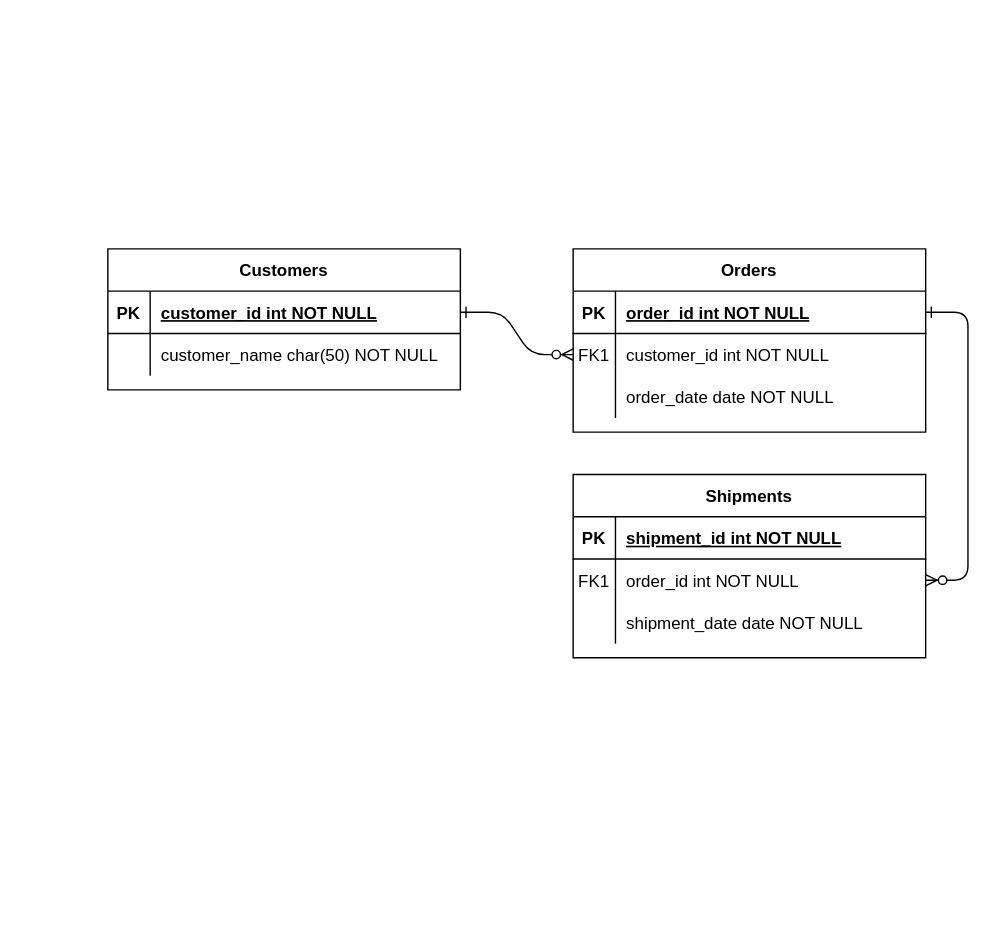
luismtapia/Artline-API keeps this draw.io diagram as assets/Untitled Diagram.drawio. Above is the earlier version. Source tidied: cells renumbered, new cells numbered last; positions are measured from the earlier drawing's top-left corner, leaving out a move shared by most shapes. Both pictures are drawn from the tidied source at 141%, with x=0, y=0 at pixel (107, 248).
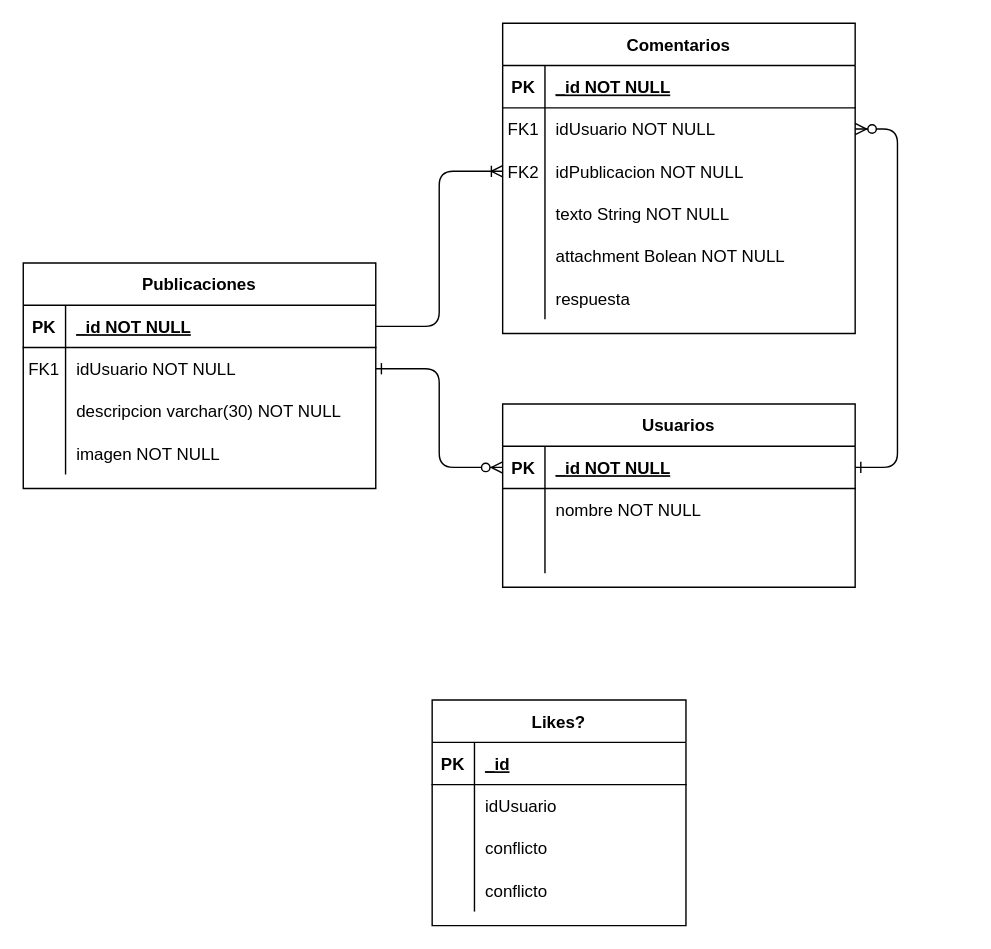
After the change.

The change refers to these unchanged cells:
```xml
<mxCell id="5" style="shape=partialRectangle;fillColor=none;points=[[0,0.5],[1,0.5]];portConstraint=eastwest;top=0;left=0;right=0;bottom=1;" parent="4" vertex="1">
  <mxGeometry y="30" width="250" height="30" as="geometry" />
</mxCell>
<mxCell id="8" style="shape=partialRectangle;fillColor=none;points=[[0,0.5],[1,0.5]];portConstraint=eastwest;top=0;left=0;right=0;bottom=0;" parent="4" vertex="1">
  <mxGeometry y="60" width="250" height="30" as="geometry" />
</mxCell>
<mxCell id="11" style="shape=partialRectangle;fillColor=none;top=0;left=0;right=0;bottom=0;" parent="4" vertex="1">
  <mxGeometry y="90" width="250" height="30" as="geometry" />
</mxCell>
<mxCell id="15" style="shape=partialRectangle;fillColor=none;top=0;left=0;right=0;bottom=1;" parent="14" vertex="1">
  <mxGeometry y="30" width="250" height="30" as="geometry" />
</mxCell>
<mxCell id="18" style="shape=partialRectangle;fillColor=none;points=[[0,0.5],[1,0.5]];portConstraint=eastwest;top=0;left=0;right=0;bottom=0;" parent="14" vertex="1">
  <mxGeometry y="60" width="250" height="30" as="geometry" />
</mxCell>
<mxCell id="21" style="shape=partialRectangle;fillColor=none;points=[[0,0.5],[1,0.5]];portConstraint=eastwest;top=0;left=0;right=0;bottom=0;" parent="14" vertex="1">
  <mxGeometry y="90" width="250" height="30" as="geometry" />
</mxCell>
<mxCell id="25" style="shape=partialRectangle;fillColor=none;points=[[0,0.5],[1,0.5]];portConstraint=eastwest;top=0;left=0;right=0;bottom=1;" parent="24" vertex="1">
  <mxGeometry y="30" width="250" height="30" as="geometry" />
</mxCell>
<mxCell id="28" style="shape=partialRectangle;fillColor=none;points=[[0,0.5],[1,0.5]];portConstraint=eastwest;top=0;left=0;right=0;bottom=0;" parent="24" vertex="1">
  <mxGeometry y="60" width="250" height="30" as="geometry" />
</mxCell>
```

Change to the diagram source:
```diff
@@
-    <mxCell id="2" style="edgeStyle=entityRelationEdgeStyle;endArrow=ERzeroToMany;startArrow=ERone;endFill=1;startFill=0;" parent="1" edge="1" source="25" target="8">
+    <mxCell id="2" style="edgeStyle=orthogonalEdgeStyle;endArrow=ERzeroToMany;startArrow=ERone;endFill=1;startFill=0;exitX=1;exitY=0.5;exitDx=0;exitDy=0;entryX=0;entryY=0.5;entryDx=0;entryDy=0;" parent="1" edge="1" source="28" target="5">
       <mxGeometry relative="1" as="geometry" />
     </mxCell>
@@
-    <mxCell id="4" value="Orders" style="shape=table;startSize=30;childLayout=tableLayout;rowLines=0;fontStyle=1;align=center;" parent="1" vertex="1">
-      <mxGeometry x="330" width="250" height="130" as="geometry" />
+    <mxCell id="4" value="Usuarios" style="shape=table;startSize=30;childLayout=tableLayout;rowLines=0;fontStyle=1;align=center;" parent="1" vertex="1">
+      <mxGeometry x="280" y="110" width="250" height="130" as="geometry" />
     </mxCell>
@@
-    <mxCell id="7" value="order_id int NOT NULL " style="shape=partialRectangle;overflow=hidden;fillColor=none;top=0;left=0;bottom=0;right=0;align=left;spacingLeft=6;fontStyle=5;" parent="5" vertex="1">
+    <mxCell id="7" value="_id NOT NULL " style="shape=partialRectangle;overflow=hidden;fillColor=none;top=0;left=0;bottom=0;right=0;align=left;spacingLeft=6;fontStyle=5;" parent="5" vertex="1">
       <mxGeometry x="30" width="220" height="30" as="geometry" />
     </mxCell>
@@
-    <mxCell id="9" value="FK1" style="shape=partialRectangle;overflow=hidden;fillColor=none;top=0;left=0;bottom=0;right=0;" parent="8" vertex="1">
+    <mxCell id="9" style="shape=partialRectangle;overflow=hidden;fillColor=none;top=0;left=0;bottom=0;right=0;" parent="8" vertex="1">
       <mxGeometry width="30" height="30" as="geometry" />
     </mxCell>
-    <mxCell id="10" value="customer_id int NOT NULL" style="shape=partialRectangle;overflow=hidden;fillColor=none;top=0;left=0;bottom=0;right=0;align=left;spacingLeft=6;" parent="8" vertex="1">
+    <mxCell id="10" value="nombre NOT NULL" style="shape=partialRectangle;overflow=hidden;fillColor=none;top=0;left=0;bottom=0;right=0;align=left;spacingLeft=6;" parent="8" vertex="1">
       <mxGeometry x="30" width="220" height="30" as="geometry" />
     </mxCell>
@@
-    <mxCell id="13" value="order_date date NOT NULL" style="shape=partialRectangle;overflow=hidden;fillColor=none;top=0;left=0;bottom=0;right=0;align=left;spacingLeft=6;" parent="11" vertex="1">
+    <mxCell id="13" style="shape=partialRectangle;overflow=hidden;fillColor=none;top=0;left=0;bottom=0;right=0;align=left;spacingLeft=6;" parent="11" vertex="1">
       <mxGeometry x="30" width="220" height="30" as="geometry" />
     </mxCell>
-    <mxCell id="14" value="Shipments" style="shape=table;startSize=30;childLayout=tableLayout;rowLines=0;fontStyle=1;align=center;" parent="1" vertex="1">
-      <mxGeometry x="330" y="160" width="250" height="130" as="geometry" />
+    <mxCell id="14" value="Comentarios" style="shape=table;startSize=30;childLayout=tableLayout;rowLines=0;fontStyle=1;align=center;" parent="1" vertex="1">
+      <mxGeometry x="280" y="-160" width="250" height="220" as="geometry" />
     </mxCell>
@@
-    <mxCell id="17" value="shipment_id int NOT NULL " style="shape=partialRectangle;overflow=hidden;fillColor=none;top=0;left=0;bottom=0;right=0;align=left;spacingLeft=6;fontStyle=5;" parent="15" vertex="1">
+    <mxCell id="17" value="_id NOT NULL " style="shape=partialRectangle;overflow=hidden;fillColor=none;top=0;left=0;bottom=0;right=0;align=left;spacingLeft=6;fontStyle=5;" parent="15" vertex="1">
       <mxGeometry x="30" width="220" height="30" as="geometry" />
     </mxCell>
@@
-    <mxCell id="20" value="order_id int NOT NULL" style="shape=partialRectangle;overflow=hidden;fillColor=none;top=0;left=0;bottom=0;right=0;align=left;spacingLeft=6;" parent="18" vertex="1">
+    <mxCell id="20" value="idUsuario NOT NULL" style="shape=partialRectangle;overflow=hidden;fillColor=none;top=0;left=0;bottom=0;right=0;align=left;spacingLeft=6;" parent="18" vertex="1">
       <mxGeometry x="30" width="220" height="30" as="geometry" />
     </mxCell>
@@
-    <mxCell id="22" style="shape=partialRectangle;overflow=hidden;fillColor=none;top=0;left=0;bottom=0;right=0;" parent="21" vertex="1">
+    <mxCell id="22" value="FK2" style="shape=partialRectangle;overflow=hidden;fillColor=none;top=0;left=0;bottom=0;right=0;" parent="21" vertex="1">
       <mxGeometry width="30" height="30" as="geometry" />
     </mxCell>
-    <mxCell id="23" value="shipment_date date NOT NULL" style="shape=partialRectangle;overflow=hidden;fillColor=none;top=0;left=0;bottom=0;right=0;align=left;spacingLeft=6;" parent="21" vertex="1">
+    <mxCell id="23" value="idPublicacion NOT NULL" style="shape=partialRectangle;overflow=hidden;fillColor=none;top=0;left=0;bottom=0;right=0;align=left;spacingLeft=6;" parent="21" vertex="1">
       <mxGeometry x="30" width="220" height="30" as="geometry" />
     </mxCell>
+    <mxCell id="31" style="shape=partialRectangle;fillColor=none;top=0;left=0;right=0;bottom=0;" parent="14" vertex="1">
+      <mxGeometry y="120" width="250" height="30" as="geometry" />
+    </mxCell>
+    <mxCell id="32" style="shape=partialRectangle;overflow=hidden;fillColor=none;top=0;left=0;bottom=0;right=0;" parent="31" vertex="1">
+      <mxGeometry width="30" height="30" as="geometry" />
+    </mxCell>
+    <mxCell id="33" value="texto String NOT NULL" style="shape=partialRectangle;overflow=hidden;fillColor=none;top=0;left=0;bottom=0;right=0;align=left;spacingLeft=6;" parent="31" vertex="1">
+      <mxGeometry x="30" width="220" height="30" as="geometry" />
+    </mxCell>
+    <mxCell id="34" style="shape=partialRectangle;fillColor=none;top=0;left=0;right=0;bottom=0;" parent="14" vertex="1">
+      <mxGeometry y="150" width="250" height="30" as="geometry" />
+    </mxCell>
+    <mxCell id="35" style="shape=partialRectangle;overflow=hidden;fillColor=none;top=0;left=0;bottom=0;right=0;" parent="34" vertex="1">
+      <mxGeometry width="30" height="30" as="geometry" />
+    </mxCell>
+    <mxCell id="36" value="attachment Bolean NOT NULL" style="shape=partialRectangle;overflow=hidden;fillColor=none;top=0;left=0;bottom=0;right=0;align=left;spacingLeft=6;" parent="34" vertex="1">
+      <mxGeometry x="30" width="220" height="30" as="geometry" />
+    </mxCell>
+    <mxCell id="37" style="shape=partialRectangle;fillColor=none;top=0;left=0;right=0;bottom=0;" parent="14" vertex="1">
+      <mxGeometry y="180" width="250" height="30" as="geometry" />
+    </mxCell>
+    <mxCell id="38" style="shape=partialRectangle;overflow=hidden;fillColor=none;top=0;left=0;bottom=0;right=0;" parent="37" vertex="1">
+      <mxGeometry width="30" height="30" as="geometry" />
+    </mxCell>
+    <mxCell id="39" value="respuesta" style="shape=partialRectangle;overflow=hidden;fillColor=none;top=0;left=0;bottom=0;right=0;align=left;spacingLeft=6;" parent="37" vertex="1">
+      <mxGeometry x="30" width="220" height="30" as="geometry" />
+    </mxCell>
-    <mxCell id="24" value="Customers" style="shape=table;startSize=30;childLayout=tableLayout;rowLines=0;fontStyle=1;align=center;" parent="1" vertex="1">
-      <mxGeometry width="250" height="100" as="geometry" />
+    <mxCell id="24" value="Publicaciones" style="shape=table;startSize=30;childLayout=tableLayout;rowLines=0;fontStyle=1;align=center;" parent="1" vertex="1">
+      <mxGeometry x="-60" y="10" width="250" height="160" as="geometry" />
     </mxCell>
@@
-    <mxCell id="27" value="customer_id int NOT NULL " style="shape=partialRectangle;overflow=hidden;fillColor=none;top=0;left=0;bottom=0;right=0;align=left;spacingLeft=6;fontStyle=5;" parent="25" vertex="1">
+    <mxCell id="27" value="_id NOT NULL " style="shape=partialRectangle;overflow=hidden;fillColor=none;top=0;left=0;bottom=0;right=0;align=left;spacingLeft=6;fontStyle=5;" parent="25" vertex="1">
       <mxGeometry x="30" width="220" height="30" as="geometry" />
     </mxCell>
@@
-    <mxCell id="29" style="shape=partialRectangle;overflow=hidden;fillColor=none;top=0;left=0;bottom=0;right=0;" parent="28" vertex="1">
+    <mxCell id="29" value="FK1" style="shape=partialRectangle;overflow=hidden;fillColor=none;top=0;left=0;bottom=0;right=0;" parent="28" vertex="1">
       <mxGeometry width="30" height="30" as="geometry" />
     </mxCell>
-    <mxCell id="30" value="customer_name char(50) NOT NULL" style="shape=partialRectangle;overflow=hidden;fillColor=none;top=0;left=0;bottom=0;right=0;align=left;spacingLeft=6;" parent="28" vertex="1">
+    <mxCell id="30" value="idUsuario NOT NULL" style="shape=partialRectangle;overflow=hidden;fillColor=none;top=0;left=0;bottom=0;right=0;align=left;spacingLeft=6;" parent="28" vertex="1">
       <mxGeometry x="30" width="220" height="30" as="geometry" />
     </mxCell>
+    <mxCell id="40" style="shape=partialRectangle;fillColor=none;top=0;left=0;right=0;bottom=0;" parent="24" vertex="1">
+      <mxGeometry y="90" width="250" height="30" as="geometry" />
+    </mxCell>
+    <mxCell id="41" style="shape=partialRectangle;overflow=hidden;fillColor=none;top=0;left=0;bottom=0;right=0;" parent="40" vertex="1">
+      <mxGeometry width="30" height="30" as="geometry" />
+    </mxCell>
+    <mxCell id="42" value="descripcion varchar(30) NOT NULL" style="shape=partialRectangle;overflow=hidden;fillColor=none;top=0;left=0;bottom=0;right=0;align=left;spacingLeft=6;fontStyle=0;" parent="40" vertex="1">
+      <mxGeometry x="30" width="220" height="30" as="geometry" />
+    </mxCell>
+    <mxCell id="43" style="shape=partialRectangle;fillColor=none;top=0;left=0;right=0;bottom=0;" parent="24" vertex="1">
+      <mxGeometry y="120" width="250" height="30" as="geometry" />
+    </mxCell>
+    <mxCell id="44" style="shape=partialRectangle;overflow=hidden;fillColor=none;top=0;left=0;bottom=0;right=0;" parent="43" vertex="1">
+      <mxGeometry width="30" height="30" as="geometry" />
+    </mxCell>
+    <mxCell id="45" value="imagen NOT NULL" style="shape=partialRectangle;overflow=hidden;fillColor=none;top=0;left=0;bottom=0;right=0;align=left;spacingLeft=6;" parent="43" vertex="1">
+      <mxGeometry x="30" width="220" height="30" as="geometry" />
+    </mxCell>
+    <mxCell id="46" style="fontSize=12;html=1;endArrow=ERoneToMany;entryX=0;entryY=0.5;entryDx=0;entryDy=0;exitX=1;exitY=0.5;exitDx=0;exitDy=0;edgeStyle=orthogonalEdgeStyle;" parent="1" edge="1" source="25" target="21">
+      <mxGeometry relative="1" as="geometry" />
+    </mxCell>
+    <mxCell id="47" value="Likes?" style="shape=table;startSize=30;childLayout=tableLayout;rowLines=0;fontStyle=1;align=center;" parent="1" vertex="1">
+      <mxGeometry x="230" y="320" width="180" height="160" as="geometry" />
+    </mxCell>
+    <mxCell id="48" style="shape=partialRectangle;fillColor=none;top=0;left=0;bottom=1;right=0;" parent="47" vertex="1">
+      <mxGeometry y="30" width="180" height="30" as="geometry" />
+    </mxCell>
+    <mxCell id="49" value="PK" style="shape=partialRectangle;fillColor=none;top=0;left=0;bottom=0;right=0;fontStyle=1;overflow=hidden;" parent="48" vertex="1">
+      <mxGeometry width="30" height="30" as="geometry" />
+    </mxCell>
+    <mxCell id="50" value="_id" style="shape=partialRectangle;fillColor=none;top=0;left=0;bottom=0;right=0;align=left;spacingLeft=6;fontStyle=5;overflow=hidden;" parent="48" vertex="1">
+      <mxGeometry x="30" width="150" height="30" as="geometry" />
+    </mxCell>
+    <mxCell id="51" style="shape=partialRectangle;fillColor=none;top=0;left=0;bottom=0;right=0;" parent="47" vertex="1">
+      <mxGeometry y="60" width="180" height="30" as="geometry" />
+    </mxCell>
+    <mxCell id="52" style="shape=partialRectangle;fillColor=none;top=0;left=0;bottom=0;right=0;overflow=hidden;" parent="51" vertex="1">
+      <mxGeometry width="30" height="30" as="geometry" />
+    </mxCell>
+    <mxCell id="53" value="idUsuario" style="shape=partialRectangle;fillColor=none;top=0;left=0;bottom=0;right=0;align=left;spacingLeft=6;overflow=hidden;" parent="51" vertex="1">
+      <mxGeometry x="30" width="150" height="30" as="geometry" />
+    </mxCell>
+    <mxCell id="54" style="shape=partialRectangle;fillColor=none;top=0;left=0;bottom=0;right=0;" parent="47" vertex="1">
+      <mxGeometry y="90" width="180" height="30" as="geometry" />
+    </mxCell>
+    <mxCell id="55" style="shape=partialRectangle;fillColor=none;top=0;left=0;bottom=0;right=0;overflow=hidden;" parent="54" vertex="1">
+      <mxGeometry width="30" height="30" as="geometry" />
+    </mxCell>
+    <mxCell id="56" value="conflicto" style="shape=partialRectangle;fillColor=none;top=0;left=0;bottom=0;right=0;align=left;spacingLeft=6;overflow=hidden;" parent="54" vertex="1">
+      <mxGeometry x="30" width="150" height="30" as="geometry" />
+    </mxCell>
+    <mxCell id="57" style="shape=partialRectangle;fillColor=none;top=0;left=0;bottom=0;right=0;" parent="47" vertex="1">
+      <mxGeometry y="120" width="180" height="30" as="geometry" />
+    </mxCell>
+    <mxCell id="58" style="shape=partialRectangle;fillColor=none;top=0;left=0;bottom=0;right=0;overflow=hidden;" parent="57" vertex="1">
+      <mxGeometry width="30" height="30" as="geometry" />
+    </mxCell>
+    <mxCell id="59" value="conflicto" style="shape=partialRectangle;fillColor=none;top=0;left=0;bottom=0;right=0;align=left;spacingLeft=6;overflow=hidden;" parent="57" vertex="1">
+      <mxGeometry x="30" width="150" height="30" as="geometry" />
+    </mxCell>
```
